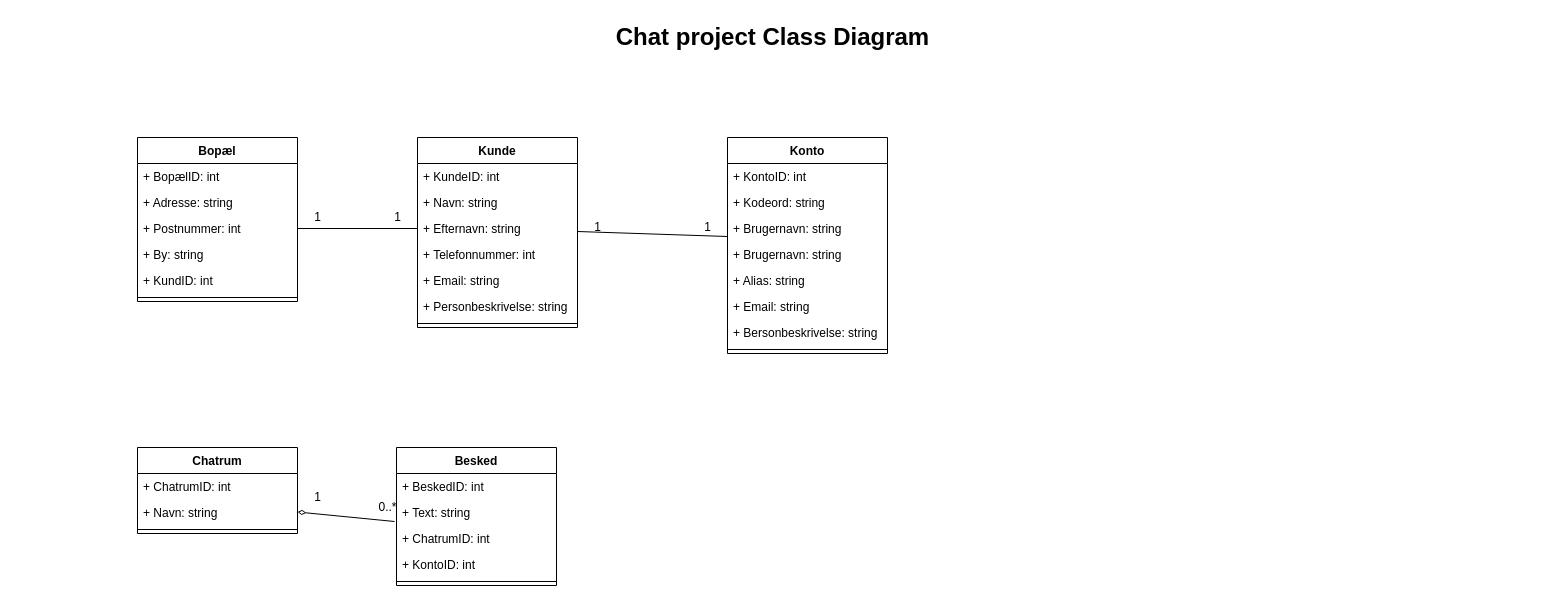
This is Dokumentation/Chat Project Class Diagram.drawio from renechristensen/Chat, a draw.io file, before an edit. Source tidied: cells renumbered, new cells numbered last; positions are measured from the earlier drawing's top-left corner, leaving out a move shared by most shapes. Both pictures are drawn from the tidied source at 100%, with x=0, y=0 at pixel (17, 17).
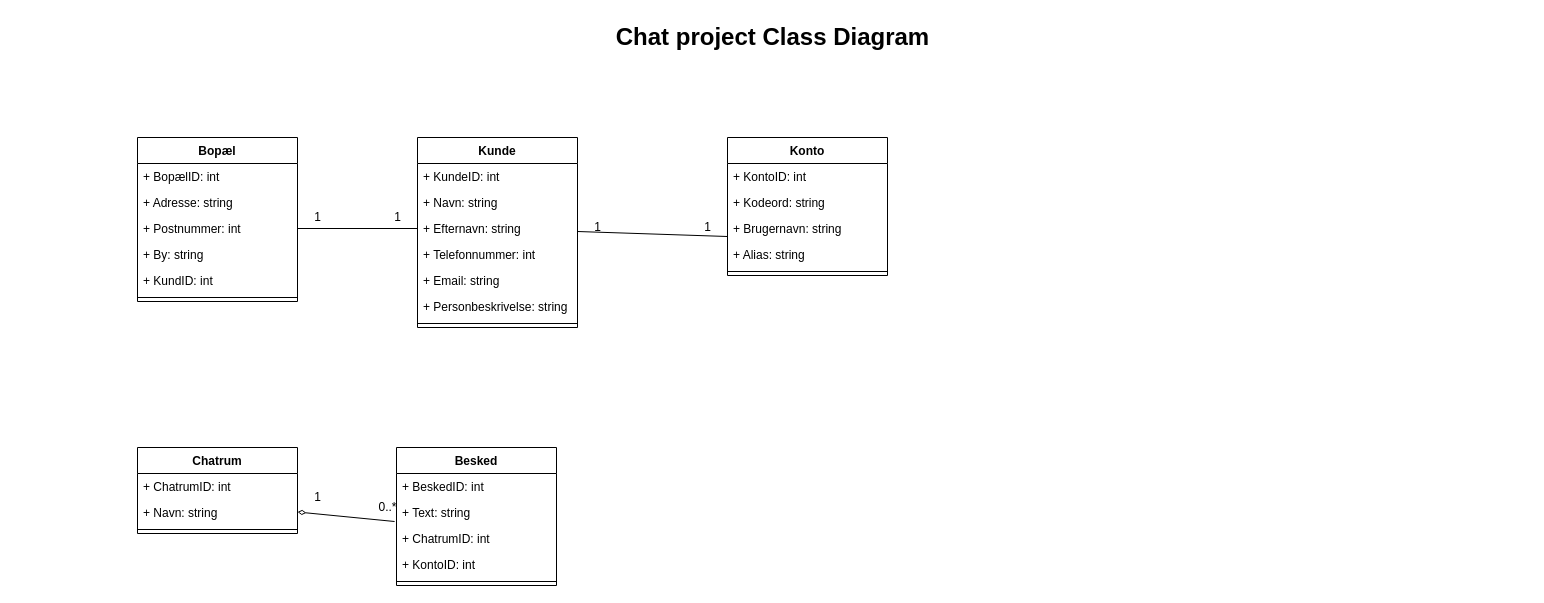
Above is the later version.

Diff of the diagram source:
```diff
@@
     <mxCell id="18" value="Konto" style="swimlane;fontStyle=1;align=center;verticalAlign=top;horizontal=1;startSize=26;" parent="1" vertex="1">
-      <mxGeometry x="710" y="120" width="160" height="216" as="geometry" />
+      <mxGeometry x="710" y="120" width="160" height="138" as="geometry" />
     </mxCell>
@@
-    <mxCell id="22" value="+ Brugernavn: string" style="text;strokeColor=none;fillColor=none;align=left;verticalAlign=top;spacingLeft=4;spacingRight=4;overflow=hidden;" parent="18" vertex="1">
-      <mxGeometry y="104" width="160" height="26" as="geometry" />
-    </mxCell>
     <mxCell id="23" value="+ Alias: string" style="text;strokeColor=none;fillColor=none;align=left;verticalAlign=top;spacingLeft=4;spacingRight=4;overflow=hidden;" parent="18" vertex="1">
-      <mxGeometry y="130" width="160" height="26" as="geometry" />
+      <mxGeometry y="104" width="160" height="26" as="geometry" />
     </mxCell>
-    <mxCell id="24" value="+ Email: string" style="text;strokeColor=none;fillColor=none;align=left;verticalAlign=top;spacingLeft=4;spacingRight=4;overflow=hidden;" parent="18" vertex="1">
-      <mxGeometry y="156" width="160" height="26" as="geometry" />
-    </mxCell>
-    <mxCell id="25" value="+ Bersonbeskrivelse: string" style="text;strokeColor=none;fillColor=none;align=left;verticalAlign=top;spacingLeft=4;spacingRight=4;overflow=hidden;" parent="18" vertex="1">
-      <mxGeometry y="182" width="160" height="26" as="geometry" />
-    </mxCell>
     <mxCell id="26" style="line;strokeWidth=1;fillColor=none;align=left;verticalAlign=middle;spacingTop=-1;spacingLeft=3;spacingRight=3;labelPosition=right;strokeColor=inherit;" parent="18" vertex="1">
-      <mxGeometry y="208" width="160" height="8" as="geometry" />
+      <mxGeometry y="130" width="160" height="8" as="geometry" />
     </mxCell>
```
